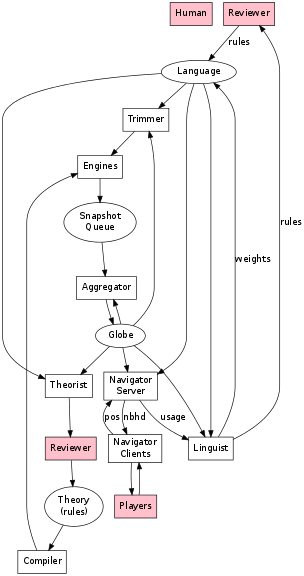
The Graphviz diagram doc/architecture.png in fritzo/pomagma, before a commit. Its source is kept beside it as doc/architecture.dot.
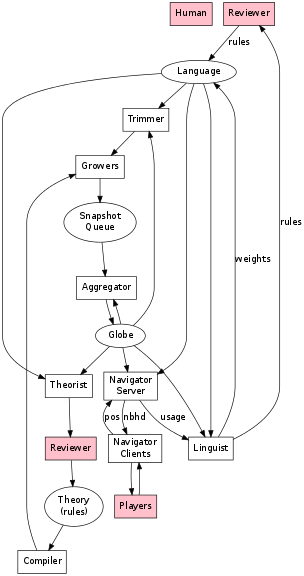
Later version of the same file.

What changed in the source:
```diff
@@ -12,12 +12,12 @@
 
 	Globe -> Trimmer;
 	Language -> Trimmer;
-	Trimmer -> Engines -> db_queue -> Aggregator -> Globe;
+	Trimmer -> Growers -> db_queue -> Aggregator -> Globe;
 	Globe -> Aggregator;
 
 	Globe -> Theorist;
 	Language ->  Theorist;
-	Theorist -> theory_reviewer -> Theory -> Compiler -> Engines;
+	Theorist -> theory_reviewer -> Theory -> Compiler -> Growers;
 
 	Globe -> Linguist;
 	Language -> Linguist;
```
